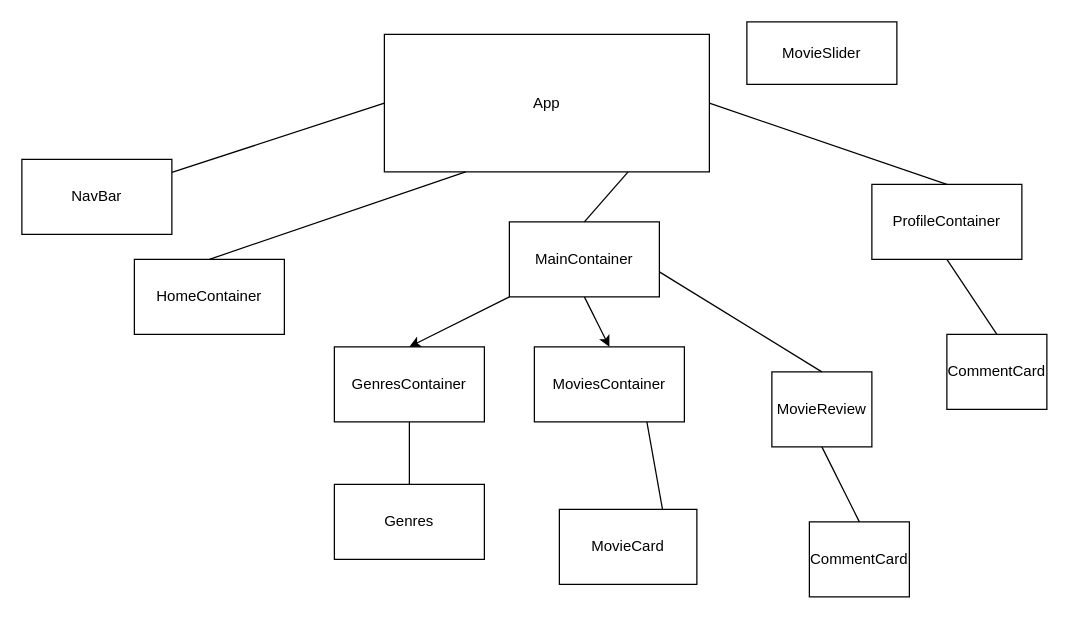
evandbeck/movie-reviews keeps this draw.io diagram as src/components/.drawio. Above is the earlier version. Source tidied: cells renumbered, new cells numbered last; positions are measured from the earlier drawing's top-left corner, leaving out a move shared by most shapes. Both pictures are drawn from the tidied source at 125%, with x=0, y=0 at pixel (21, 21).
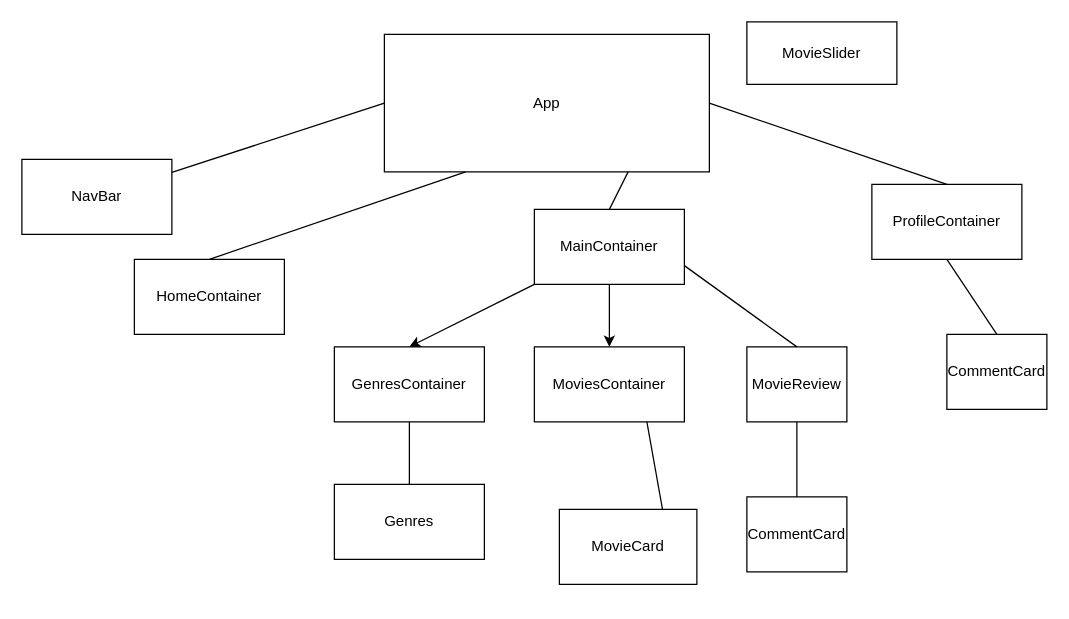
Above is the later version.

What changed in the source:
```diff
@@
     <mxCell id="7" value="MainContainer" style="rounded=0;whiteSpace=wrap;html=1;" parent="1" vertex="1">
-      <mxGeometry x="390" y="160" width="120" height="60" as="geometry" />
+      <mxGeometry x="410" y="150" width="120" height="60" as="geometry" />
     </mxCell>
@@
     <mxCell id="14" value="MovieReview" style="rounded=0;whiteSpace=wrap;html=1;" parent="1" vertex="1">
-      <mxGeometry x="600" y="280" width="80" height="60" as="geometry" />
+      <mxGeometry x="580" y="260" width="80" height="60" as="geometry" />
     </mxCell>
@@
     <mxCell id="17" value="CommentCard" style="rounded=0;whiteSpace=wrap;html=1;" parent="1" vertex="1">
-      <mxGeometry x="630" y="400" width="80" height="60" as="geometry" />
+      <mxGeometry x="580" y="380" width="80" height="60" as="geometry" />
     </mxCell>
@@
-    <mxCell id="25" style="endArrow=none;html=1;entryX=0.5;entryY=0;entryDx=0;entryDy=0;" parent="1" edge="1" target="14">
-      <mxGeometry relative="1" as="geometry">
-        <mxPoint x="510" y="200" as="sourcePoint" />
-      </mxGeometry>
+    <mxCell id="25" style="endArrow=none;html=1;entryX=0.5;entryY=0;entryDx=0;entryDy=0;exitX=1;exitY=0.75;exitDx=0;exitDy=0;" parent="1" edge="1" source="7" target="14">
+      <mxGeometry relative="1" as="geometry" />
     </mxCell>
```
